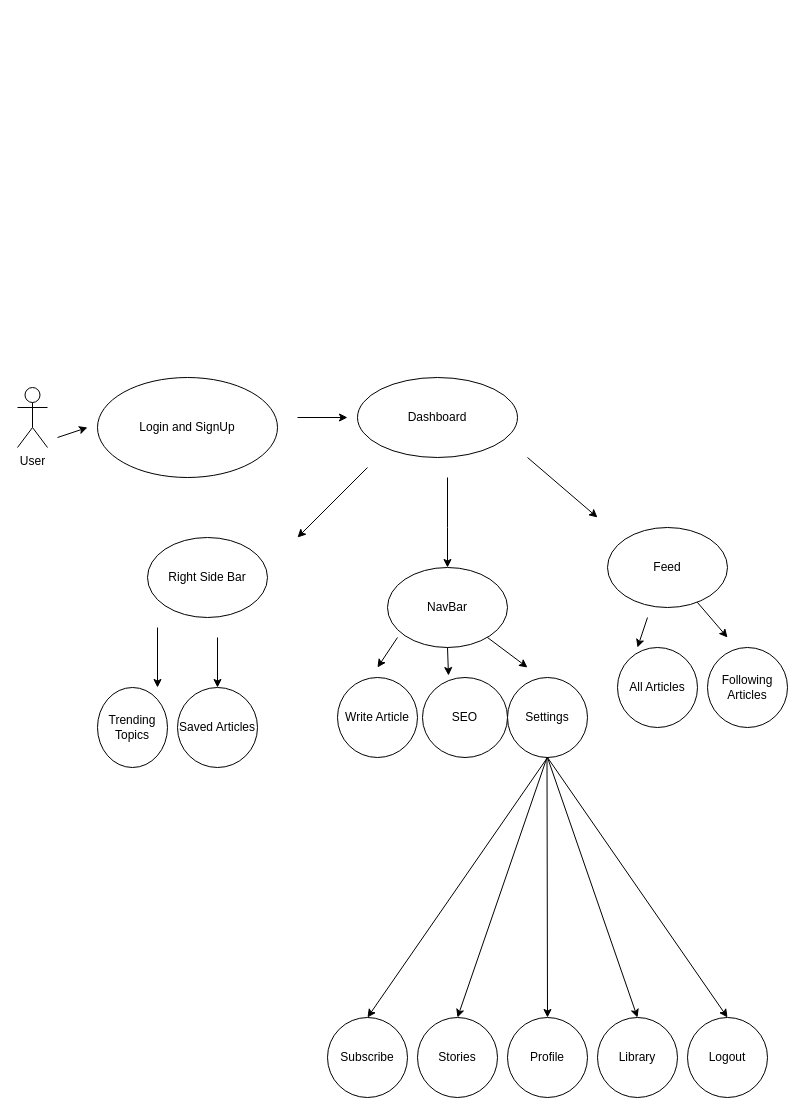
Above: Untitled Diagram.drawio in dhanush77777/MindScribe (draw.io), before the change. Source tidied: cells renumbered, new cells numbered last; positions are measured from the earlier drawing's top-left corner, leaving out a move shared by most shapes. Both pictures are drawn from the tidied source at 100%, with x=0, y=0 at pixel (17, 377).
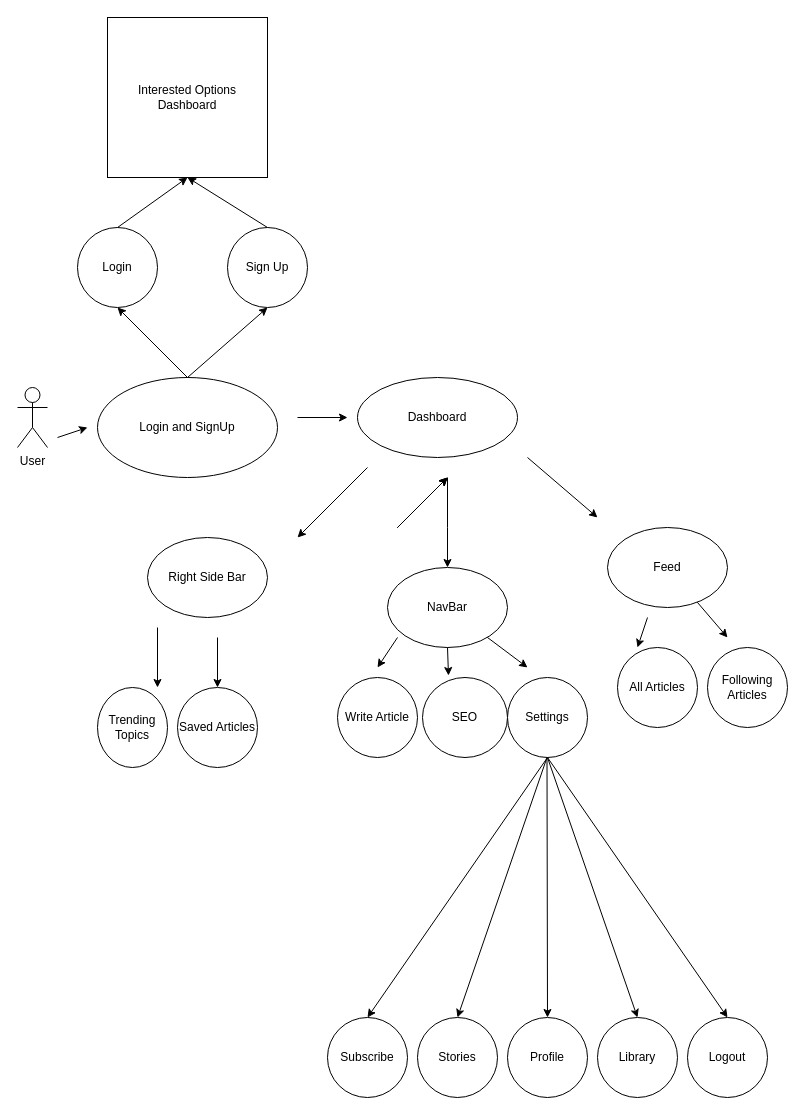
The same diagram, later.

Commit message:
Login Design

The change refers to these unchanged cells:
```xml
<mxCell id="2" value="Login and SignUp" style="ellipse;whiteSpace=wrap;html=1;" parent="1" vertex="1">
  <mxGeometry x="80" width="180" height="100" as="geometry" />
</mxCell>
```

Diff of the diagram source:
```diff
@@
+    <mxCell id="40" style="endArrow=classic;html=1;rounded=0;" parent="1" edge="1">
+      <mxGeometry relative="1" as="geometry">
+        <mxPoint x="380" y="150" as="sourcePoint" />
+        <mxPoint x="430" y="100" as="targetPoint" />
+      </mxGeometry>
+    </mxCell>
+    <mxCell id="41" style="endArrow=classic;html=1;rounded=0;" parent="1" edge="1">
+      <mxGeometry relative="1" as="geometry">
+        <mxPoint x="380" y="150" as="sourcePoint" />
+        <mxPoint x="430" y="100" as="targetPoint" />
+      </mxGeometry>
+    </mxCell>
+    <mxCell id="42" style="endArrow=classic;html=1;rounded=0;" parent="1" edge="1">
+      <mxGeometry relative="1" as="geometry">
+        <mxPoint x="380" y="150" as="sourcePoint" />
+        <mxPoint x="430" y="100" as="targetPoint" />
+      </mxGeometry>
+    </mxCell>
+    <mxCell id="43" value="Sign Up" style="ellipse;whiteSpace=wrap;html=1;" parent="1" vertex="1">
+      <mxGeometry x="210" y="-150" width="80" height="80" as="geometry" />
+    </mxCell>
+    <mxCell id="44" value="Login" style="ellipse;whiteSpace=wrap;html=1;" parent="1" vertex="1">
+      <mxGeometry x="60" y="-150" width="80" height="80" as="geometry" />
+    </mxCell>
+    <mxCell id="45" style="endArrow=classic;html=1;rounded=0;entryX=0.5;entryY=1;entryDx=0;entryDy=0;" parent="1" edge="1" target="44">
+      <mxGeometry relative="1" as="geometry">
+        <mxPoint x="170" as="sourcePoint" />
+      </mxGeometry>
+    </mxCell>
+    <mxCell id="46" style="endArrow=classic;html=1;rounded=0;exitX=0.5;exitY=0;exitDx=0;exitDy=0;entryX=0.5;entryY=1;entryDx=0;entryDy=0;" parent="1" edge="1" source="2" target="43">
+      <mxGeometry relative="1" as="geometry" />
+    </mxCell>
+    <mxCell id="47" value="Interested Options Dashboard" style="whiteSpace=wrap;html=1;" parent="1" vertex="1">
+      <mxGeometry x="90" y="-360" width="160" height="160" as="geometry" />
+    </mxCell>
+    <mxCell id="48" style="endArrow=classic;html=1;rounded=0;exitX=0.5;exitY=0;exitDx=0;exitDy=0;entryX=0.5;entryY=1;entryDx=0;entryDy=0;" parent="1" edge="1" source="44" target="47">
+      <mxGeometry relative="1" as="geometry" />
+    </mxCell>
+    <mxCell id="49" style="endArrow=classic;html=1;rounded=0;exitX=0.5;exitY=0;exitDx=0;exitDy=0;entryX=0.5;entryY=1;entryDx=0;entryDy=0;" parent="1" edge="1" source="43" target="47">
+      <mxGeometry relative="1" as="geometry" />
+    </mxCell>
```
